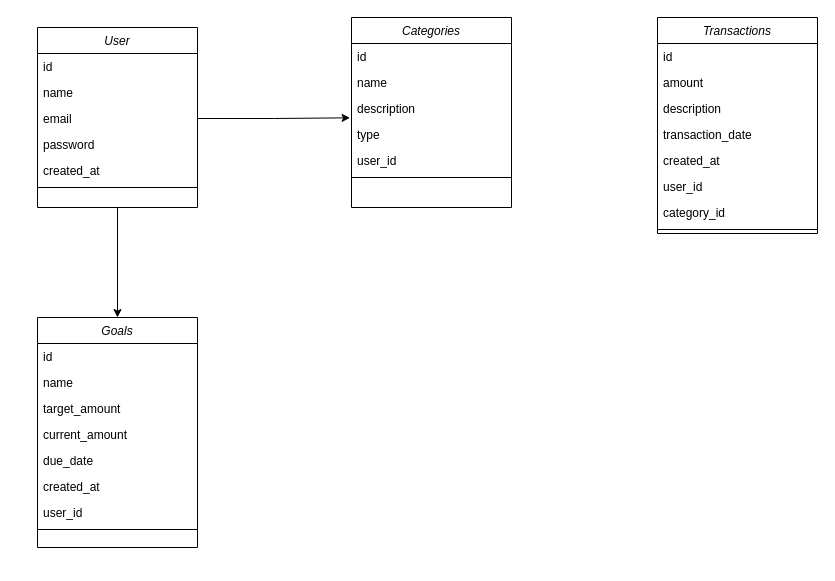
The draw.io diagram finance-api.drawio in IvesJc/finance-api, before the edit. Source tidied: cells renumbered, new cells numbered last; positions are measured from the earlier drawing's top-left corner, leaving out a move shared by most shapes. Both pictures are drawn from the tidied source at 100%, with x=0, y=0 at pixel (37, 17).
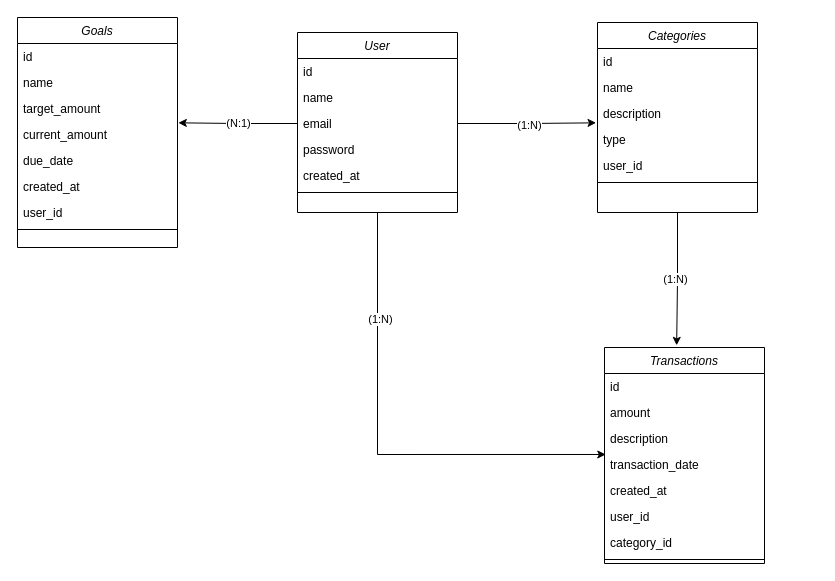
The same page after the edit.

Unchanged cells that the change refers to:
```xml
<mxCell id="6" value="email&#10;&#10;" style="text;align=left;verticalAlign=top;spacingLeft=4;spacingRight=4;overflow=hidden;points=[[0,0.5],[1,0.5]];portConstraint=eastwest;rounded=0;shadow=0;html=0;" parent="3" vertex="1">
  <mxGeometry y="78" width="160" height="26" as="geometry" />
</mxCell>
<mxCell id="14" value="transaction_date" style="text;align=left;verticalAlign=top;spacingLeft=4;spacingRight=4;overflow=hidden;points=[[0,0.5],[1,0.5]];portConstraint=eastwest;rounded=0;shadow=0;html=0;" parent="10" vertex="1">
  <mxGeometry y="104" width="160" height="26" as="geometry" />
</mxCell>
<mxCell id="30" value="current_amount" style="text;align=left;verticalAlign=top;spacingLeft=4;spacingRight=4;overflow=hidden;points=[[0,0.5],[1,0.5]];portConstraint=eastwest;rounded=0;shadow=0;html=0;" parent="26" vertex="1">
  <mxGeometry y="104" width="160" height="26" as="geometry" />
</mxCell>
<mxCell id="35" style="edgeStyle=orthogonalEdgeStyle;rounded=0;jettySize=auto;html=1;exitX=1;exitY=0.5;exitDx=0;exitDy=0;entryX=-0.009;entryY=0.859;entryDx=0;entryDy=0;entryPerimeter=0;" parent="1" edge="1" source="6" target="22">
  <mxGeometry relative="1" as="geometry" />
</mxCell>
```

What changed in the source:
```diff
@@
-    <mxCell id="2" style="edgeStyle=orthogonalEdgeStyle;rounded=0;jettySize=auto;html=1;exitX=0.5;exitY=1;exitDx=0;exitDy=0;entryX=0.5;entryY=0;entryDx=0;entryDy=0;" parent="1" edge="1" source="3" target="26">
-      <mxGeometry relative="1" as="geometry" />
-    </mxCell>
     <mxCell id="3" value="User" style="swimlane;fontStyle=2;align=center;verticalAlign=top;horizontal=1;startSize=26;rounded=0;shadow=0;strokeWidth=1;" parent="1" vertex="1">
-      <mxGeometry y="10" width="160" height="180" as="geometry" />
+      <mxGeometry x="260" y="15" width="160" height="180" as="geometry" />
     </mxCell>
@@
     <mxCell id="10" value="Transactions" style="swimlane;fontStyle=2;align=center;verticalAlign=top;horizontal=1;startSize=26;rounded=0;shadow=0;strokeWidth=1;" parent="1" vertex="1">
-      <mxGeometry x="620" width="160" height="216" as="geometry" />
+      <mxGeometry x="567" y="330" width="160" height="216" as="geometry" />
     </mxCell>
@@
     <mxCell id="19" value="Categories" style="swimlane;fontStyle=2;align=center;verticalAlign=top;horizontal=1;startSize=26;rounded=0;shadow=0;strokeWidth=1;" parent="1" vertex="1">
-      <mxGeometry x="314" width="160" height="190" as="geometry" />
+      <mxGeometry x="560" y="5" width="160" height="190" as="geometry" />
     </mxCell>
@@
     <mxCell id="26" value="Goals" style="swimlane;fontStyle=2;align=center;verticalAlign=top;horizontal=1;startSize=26;rounded=0;shadow=0;strokeWidth=1;" parent="1" vertex="1">
-      <mxGeometry y="300" width="160" height="230" as="geometry" />
+      <mxGeometry x="-20" width="160" height="230" as="geometry" />
     </mxCell>
@@
+    <mxCell id="36" value="(1:N)" style="edgeLabel;html=1;align=center;verticalAlign=middle;" parent="35" vertex="1">
+      <mxGeometry x="0.01" y="-1" relative="1" as="geometry">
+        <mxPoint y="1" as="offset" />
+      </mxGeometry>
+    </mxCell>
+    <mxCell id="37" style="edgeStyle=orthogonalEdgeStyle;rounded=0;jettySize=auto;html=1;entryX=1.005;entryY=0.051;entryDx=0;entryDy=0;entryPerimeter=0;" parent="1" edge="1" source="6" target="30">
+      <mxGeometry relative="1" as="geometry" />
+    </mxCell>
+    <mxCell id="38" value="(N:1)" style="edgeLabel;html=1;align=center;verticalAlign=middle;" parent="37" vertex="1">
+      <mxGeometry x="-0.3" y="-1" relative="1" as="geometry">
+        <mxPoint x="-18" as="offset" />
+      </mxGeometry>
+    </mxCell>
+    <mxCell id="39" style="edgeStyle=orthogonalEdgeStyle;rounded=0;jettySize=auto;html=1;exitX=0.5;exitY=1;exitDx=0;exitDy=0;entryX=0.008;entryY=0.115;entryDx=0;entryDy=0;entryPerimeter=0;" parent="1" edge="1" source="3" target="14">
+      <mxGeometry relative="1" as="geometry" />
+    </mxCell>
+    <mxCell id="40" value="(1:N)" style="edgeLabel;html=1;align=center;verticalAlign=middle;" parent="39" vertex="1">
+      <mxGeometry x="-0.55" y="2" relative="1" as="geometry" />
+    </mxCell>
+    <mxCell id="41" style="edgeStyle=orthogonalEdgeStyle;rounded=0;jettySize=auto;html=1;exitX=0.5;exitY=1;exitDx=0;exitDy=0;entryX=0.451;entryY=-0.01;entryDx=0;entryDy=0;entryPerimeter=0;" parent="1" edge="1" source="19" target="10">
+      <mxGeometry relative="1" as="geometry" />
+    </mxCell>
+    <mxCell id="42" value="(1:N)" style="edgeLabel;html=1;align=center;verticalAlign=middle;" parent="41" vertex="1">
+      <mxGeometry x="0.02" y="-2" relative="1" as="geometry">
+        <mxPoint y="-1" as="offset" />
+      </mxGeometry>
+    </mxCell>
```
